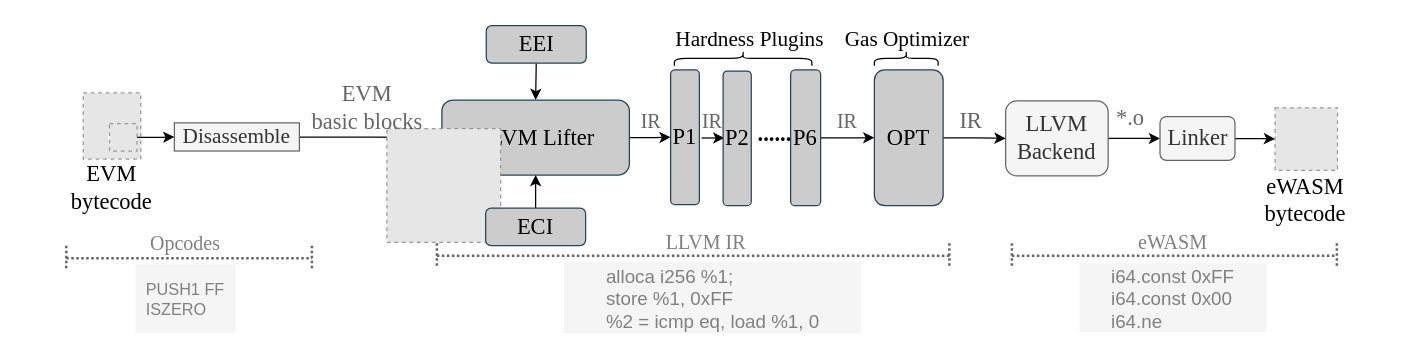
This is page "overlook" (1 of 11) of Untitled Diagram.drawio from Kenun99/drawio.repo, a draw.io file, before an edit. Source tidied: cells renumbered, new cells numbered last; positions are measured from the earlier drawing's top-left corner, leaving out a move shared by most shapes. Both pictures are drawn from the tidied source at 125%, with x=0, y=0 at pixel (61, 21). Pictures stored in the file or linked from it are replaced by grey dashed boxes.
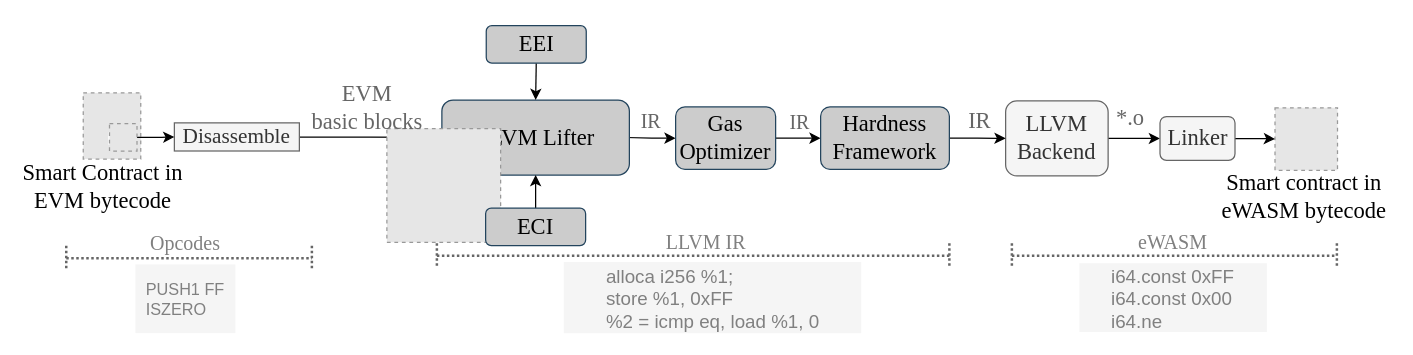
The same page after the edit.

Unchanged cells that the change refers to:
```xml
<mxCell id="3" value="&lt;font style=&quot;font-size: 18px;&quot;&gt;LLVM Lifter&lt;/font&gt;" style="rounded=1;whiteSpace=wrap;html=1;labelBackgroundColor=none;fontFamily=Times New Roman;fontSize=18;strokeColor=#23445d;strokeWidth=1;fillColor=#CCCCCC;" parent="1" vertex="1">
  <mxGeometry x="304" y="62.5" width="150" height="60" as="geometry" />
</mxCell>
<mxCell id="14" value="&lt;font style=&quot;font-size: 18px&quot;&gt;LLVM&lt;br style=&quot;font-size: 18px&quot;&gt;Backend&lt;/font&gt;" style="rounded=1;whiteSpace=wrap;html=1;labelBackgroundColor=none;fontFamily=Times New Roman;fontSize=18;strokeColor=#666666;strokeWidth=1;fillColor=#f5f5f5;fontColor=#333333;" parent="1" vertex="1">
  <mxGeometry x="755" y="63.2" width="82" height="60" as="geometry" />
</mxCell>
```

Change to the diagram source:
```diff
@@
-    <mxCell id="2" style="edgeStyle=orthogonalEdgeStyle;rounded=0;jettySize=auto;html=1;entryX=0;entryY=0.5;entryDx=0;entryDy=0;fontSize=18;fontFamily=Times New Roman;" parent="1" edge="1" source="3" target="38">
-      <mxGeometry relative="1" as="geometry" />
-    </mxCell>
+    <mxCell id="53" style="edgeStyle=orthogonalEdgeStyle;rounded=0;jettySize=auto;html=1;fontFamily=Times New Roman;fontSize=14;startArrow=none;startFill=0;endArrow=classic;endFill=1;strokeWidth=1;" parent="1" edge="1" target="48">
+      <mxGeometry relative="1" as="geometry">
+        <mxPoint x="451" y="92.5" as="sourcePoint" />
+      </mxGeometry>
+    </mxCell>
@@
-    <mxCell id="11" value="&lt;font color=&quot;#000000&quot; style=&quot;font-size: 18px&quot;&gt;eWASM&lt;br&gt;bytecode&lt;br&gt;&lt;/font&gt;" style="text;html=1;strokeColor=none;fillColor=none;align=center;verticalAlign=middle;whiteSpace=wrap;rounded=0;labelBackgroundColor=none;fontFamily=Times New Roman;fontSize=18;fontColor=#666666;" parent="1" vertex="1">
-      <mxGeometry x="964.5" y="128.1" width="60" height="30" as="geometry" />
+    <mxCell id="11" value="&lt;font color=&quot;#000000&quot; style=&quot;font-size: 18px&quot;&gt;Smart contract in eWASM bytecode&lt;br&gt;&lt;/font&gt;" style="text;html=1;strokeColor=none;fillColor=none;align=center;verticalAlign=middle;whiteSpace=wrap;rounded=0;labelBackgroundColor=none;fontFamily=Times New Roman;fontSize=18;fontColor=#666666;" parent="1" vertex="1">
+      <mxGeometry x="924" y="125" width="140" height="30" as="geometry" />
     </mxCell>
-    <mxCell id="12" value="&lt;font style=&quot;font-size: 18px&quot; color=&quot;#000000&quot;&gt;EVM&lt;br&gt;bytecode&lt;br&gt;&lt;/font&gt;" style="text;html=1;strokeColor=none;fillColor=none;align=center;verticalAlign=middle;whiteSpace=wrap;rounded=0;labelBackgroundColor=none;fontFamily=Times New Roman;fontSize=18;fontColor=#666666;" parent="1" vertex="1">
-      <mxGeometry y="123.6" width="80" height="19.4" as="geometry" />
+    <mxCell id="12" value="&lt;font style=&quot;font-size: 18px&quot; color=&quot;#000000&quot;&gt;Smart Contract in EVM bytecode&lt;br&gt;&lt;/font&gt;" style="text;html=1;strokeColor=none;fillColor=none;align=center;verticalAlign=middle;whiteSpace=wrap;rounded=0;labelBackgroundColor=none;fontFamily=Times New Roman;fontSize=18;fontColor=#666666;" parent="1" vertex="1">
+      <mxGeometry x="-32" y="122.5" width="130" height="19.4" as="geometry" />
     </mxCell>
@@
-    <mxCell id="36" value="......" style="text;html=1;align=center;verticalAlign=middle;strokeColor=none;fillColor=none;fontSize=18;fontStyle=1;fontFamily=Times New Roman;" parent="1" vertex="1">
-      <mxGeometry x="550.2" y="74.7" width="40" height="30" as="geometry" />
-    </mxCell>
-    <mxCell id="37" style="edgeStyle=orthogonalEdgeStyle;rounded=0;orthogonalLoop=1;jettySize=auto;html=1;exitX=1;exitY=0.5;exitDx=0;exitDy=0;fontSize=18;startArrow=none;startFill=0;fontFamily=Times New Roman;" parent="1" edge="1">
-      <mxGeometry relative="1" as="geometry">
-        <mxPoint x="511.8" y="92.9" as="sourcePoint" />
-        <mxPoint x="530" y="93" as="targetPoint" />
-      </mxGeometry>
-    </mxCell>
-    <mxCell id="38" value="&lt;span&gt;P1&lt;/span&gt;" style="rounded=1;whiteSpace=wrap;html=1;labelBackgroundColor=none;fontFamily=Times New Roman;fontSize=18;strokeColor=#23445d;strokeWidth=1;fillColor=#CCCCCC;fontStyle=0;" parent="1" vertex="1">
-      <mxGeometry x="487" y="38.4" width="23" height="107.7" as="geometry" />
-    </mxCell>
-    <mxCell id="39" style="edgeStyle=orthogonalEdgeStyle;rounded=0;jettySize=auto;html=1;exitX=1;exitY=0.5;exitDx=0;exitDy=0;fontSize=15;entryX=0;entryY=0.5;entryDx=0;entryDy=0;fontFamily=Times New Roman;" parent="1" edge="1" source="40" target="48">
-      <mxGeometry relative="1" as="geometry" />
-    </mxCell>
-    <mxCell id="40" value="&lt;span&gt;P6&lt;/span&gt;" style="rounded=1;whiteSpace=wrap;html=1;labelBackgroundColor=none;fontFamily=Times New Roman;fontSize=18;strokeColor=#23445d;strokeWidth=1;fillColor=#CCCCCC;fontStyle=0;" parent="1" vertex="1">
-      <mxGeometry x="583" y="38.4" width="24" height="108.6" as="geometry" />
-    </mxCell>
     <mxCell id="41" value="&lt;span style=&quot;font-size: 16px;&quot;&gt;IR&lt;/span&gt;" style="text;html=1;strokeColor=none;fillColor=none;align=center;verticalAlign=middle;whiteSpace=wrap;rounded=0;labelBackgroundColor=none;fontFamily=Times New Roman;fontSize=16;fontColor=#666666;" parent="1" vertex="1">
-      <mxGeometry x="615" y="70.5" width="27" height="17.3" as="geometry" />
+      <mxGeometry x="577" y="71.5" width="27" height="17.3" as="geometry" />
     </mxCell>
-    <mxCell id="42" style="shape=curlyBracket;whiteSpace=wrap;html=1;rounded=1;flipH=1;fontSize=18;direction=south;fontFamily=Times New Roman;size=0.5;" parent="1" vertex="1">
-      <mxGeometry x="490" y="23.5" width="110" height="11.5" as="geometry" />
-    </mxCell>
-    <mxCell id="43" value="Hardness Plugins" style="text;html=1;align=center;verticalAlign=middle;strokeColor=none;fillColor=none;fontSize=17;fontStyle=0;fontFamily=Times New Roman;" parent="1" vertex="1">
-      <mxGeometry x="485" width="130" height="30" as="geometry" />
-    </mxCell>
-    <mxCell id="44" value="&lt;span&gt;P2&lt;/span&gt;" style="rounded=1;whiteSpace=wrap;html=1;labelBackgroundColor=none;fontFamily=Times New Roman;fontSize=18;strokeColor=#23445d;strokeWidth=1;fillColor=#CCCCCC;fontStyle=0;" parent="1" vertex="1">
-      <mxGeometry x="529" y="39.3" width="22.5" height="107.7" as="geometry" />
-    </mxCell>
-    <mxCell id="45" value="&lt;span style=&quot;font-size: 16px;&quot;&gt;IR&lt;/span&gt;" style="text;html=1;strokeColor=none;fillColor=none;align=center;verticalAlign=middle;whiteSpace=wrap;rounded=0;labelBackgroundColor=none;fontFamily=Times New Roman;fontSize=16;fontColor=#666666;" parent="1" vertex="1">
-      <mxGeometry x="507" y="74.7" width="27" height="9" as="geometry" />
-    </mxCell>
@@
-    <mxCell id="47" style="edgeStyle=orthogonalEdgeStyle;rounded=0;jettySize=auto;html=1;fontFamily=Times New Roman;entryX=0;entryY=0.5;entryDx=0;entryDy=0;" parent="1" edge="1" source="48" target="14">
-      <mxGeometry relative="1" as="geometry" />
-    </mxCell>
+    <mxCell id="54" style="edgeStyle=orthogonalEdgeStyle;rounded=0;jettySize=auto;html=1;exitX=1;exitY=0.5;exitDx=0;exitDy=0;entryX=0;entryY=0.5;entryDx=0;entryDy=0;fontFamily=Times New Roman;fontSize=14;startArrow=none;startFill=0;endArrow=classic;endFill=1;strokeWidth=1;" parent="1" edge="1" source="48" target="56">
+      <mxGeometry relative="1" as="geometry" />
+    </mxCell>
-    <mxCell id="48" value="&lt;span&gt;OPT&lt;/span&gt;" style="rounded=1;whiteSpace=wrap;html=1;labelBackgroundColor=none;fontFamily=Times New Roman;fontSize=18;strokeColor=#23445d;strokeWidth=1;fillColor=#CCCCCC;fontStyle=0;" parent="1" vertex="1">
-      <mxGeometry x="650" y="38.4" width="55" height="108.6" as="geometry" />
+    <mxCell id="48" value="&lt;font style=&quot;font-size: 18px&quot;&gt;Gas Optimizer&lt;/font&gt;" style="rounded=1;whiteSpace=wrap;html=1;labelBackgroundColor=none;fontFamily=Times New Roman;fontSize=18;strokeColor=#23445d;strokeWidth=1;fillColor=#CCCCCC;fontStyle=0;" parent="1" vertex="1">
+      <mxGeometry x="491" y="68" width="80" height="50" as="geometry" />
     </mxCell>
     <mxCell id="49" value="&lt;span style=&quot;font-size: 18px&quot;&gt;IR&lt;/span&gt;" style="text;html=1;strokeColor=none;fillColor=none;align=center;verticalAlign=middle;whiteSpace=wrap;rounded=0;labelBackgroundColor=none;fontFamily=Times New Roman;fontSize=18;fontColor=#666666;" parent="1" vertex="1">
-      <mxGeometry x="714" y="70" width="27" height="17.3" as="geometry" />
+      <mxGeometry x="721" y="70" width="27" height="17.3" as="geometry" />
     </mxCell>
@@
-    <mxCell id="51" value="Gas Optimizer" style="text;html=1;align=center;verticalAlign=middle;strokeColor=none;fillColor=none;fontSize=17;fontStyle=0;fontFamily=Times New Roman;" parent="1" vertex="1">
-      <mxGeometry x="616" width="120" height="30" as="geometry" />
-    </mxCell>
-    <mxCell id="52" style="shape=curlyBracket;whiteSpace=wrap;html=1;rounded=1;flipH=1;fontSize=18;direction=south;fontFamily=Times New Roman;size=0.5;" parent="1" vertex="1">
-      <mxGeometry x="650" y="23.5" width="51" height="11.5" as="geometry" />
-    </mxCell>
+    <mxCell id="55" style="edgeStyle=orthogonalEdgeStyle;rounded=0;jettySize=auto;html=1;fontFamily=Times New Roman;fontSize=14;startArrow=none;startFill=0;endArrow=classic;endFill=1;strokeWidth=1;" parent="1" edge="1" source="56" target="14">
+      <mxGeometry relative="1" as="geometry" />
+    </mxCell>
+    <mxCell id="56" value="&lt;font style=&quot;font-size: 18px&quot;&gt;Hardness Framework&lt;/font&gt;" style="rounded=1;whiteSpace=wrap;html=1;labelBackgroundColor=none;fontFamily=Times New Roman;fontSize=18;strokeColor=#23445d;strokeWidth=1;fillColor=#CCCCCC;" parent="1" vertex="1">
+      <mxGeometry x="607" y="68" width="103" height="50" as="geometry" />
+    </mxCell>
```
